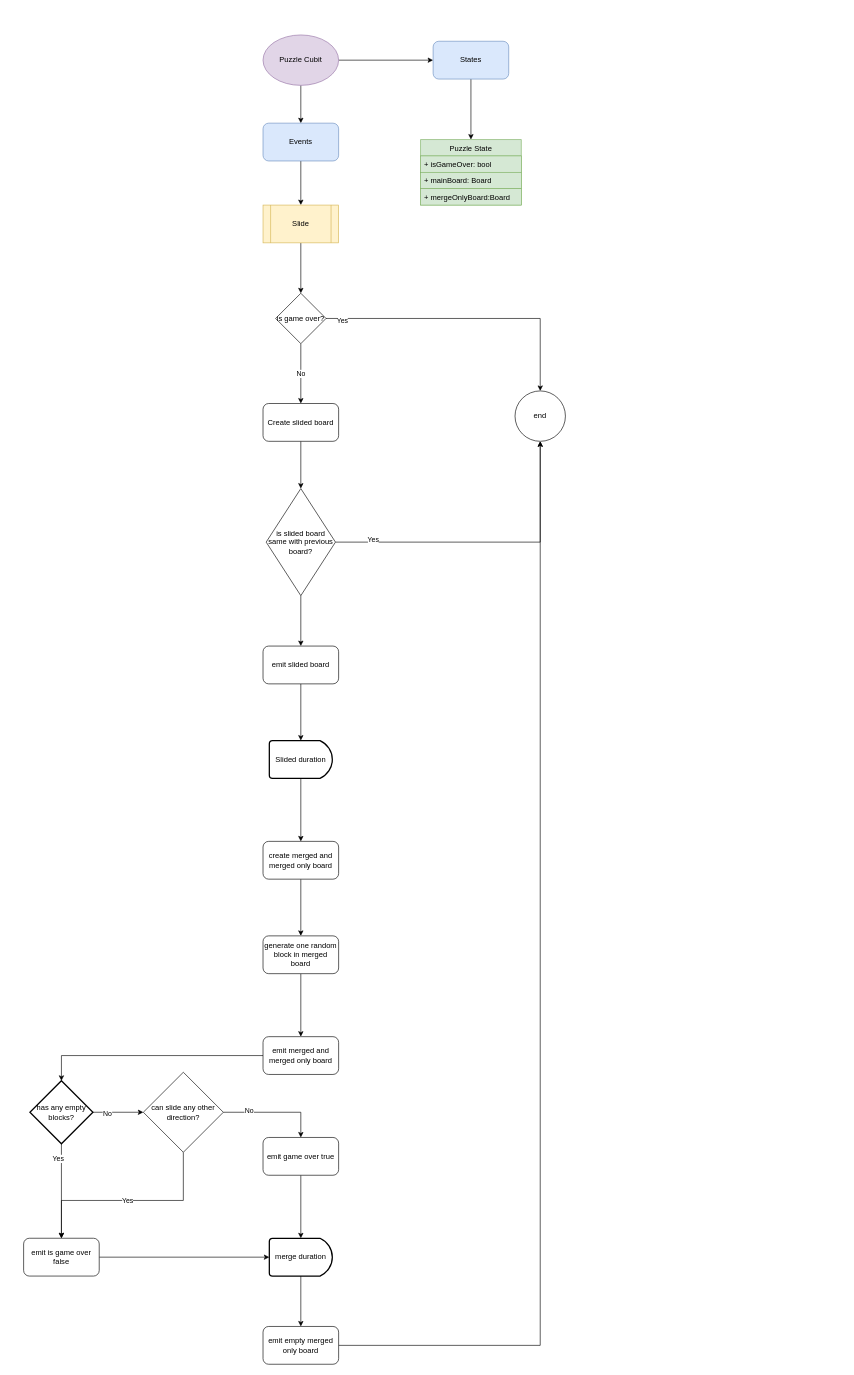
manickjamadar/2048 keeps this draw.io diagram as page "Puzzle Cubit" (5 of 5) of assets/diagram/twozerofoureight.drawio. Above is the earlier version. Source tidied: cells renumbered, new cells numbered last; positions are measured from the earlier drawing's top-left corner, leaving out a move shared by most shapes. Both pictures are drawn from the tidied source at 63%, with x=0, y=0 at pixel (23, 35).
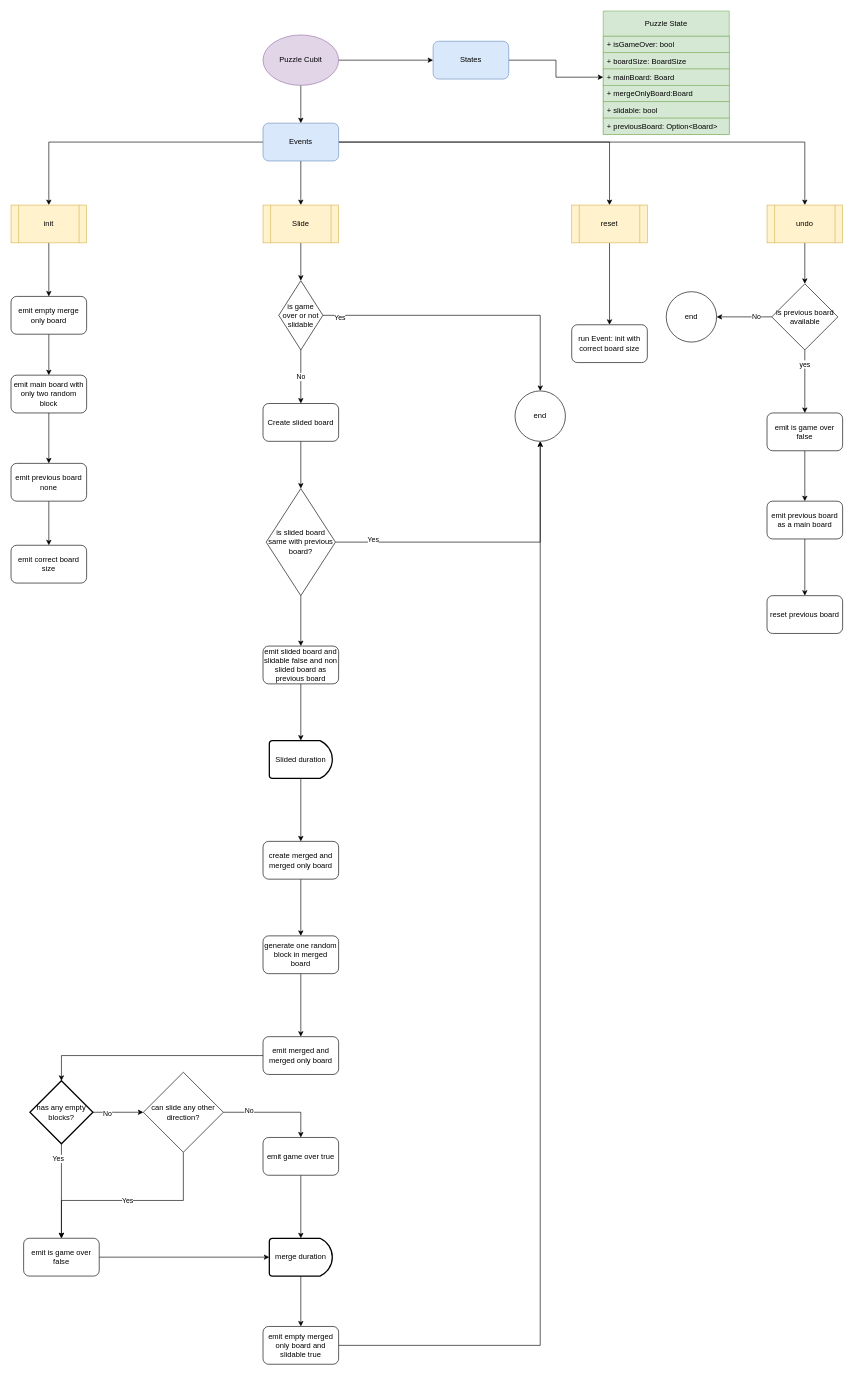
The same diagram, later.

Commit message (it also covers changes not shown here):
puzzle cubit flow chart updated

Unchanged cells that the change refers to:
```xml
<mxCell id="6" value="Events" style="rounded=1;whiteSpace=wrap;html=1;fillColor=#dae8fc;strokeColor=#6c8ebf;" parent="1" vertex="1">
  <mxGeometry x="380" y="140" width="120" height="60" as="geometry" />
</mxCell>
<mxCell id="39" value="States" style="rounded=1;whiteSpace=wrap;html=1;fillColor=#dae8fc;strokeColor=#6c8ebf;" parent="1" vertex="1">
  <mxGeometry x="650" y="10" width="120" height="60" as="geometry" />
</mxCell>
```

Diff of the diagram source:
```diff
@@
+    <mxCell id="53" style="edgeStyle=orthogonalEdgeStyle;rounded=0;jettySize=auto;html=1;" parent="1" edge="1" source="6" target="61">
+      <mxGeometry relative="1" as="geometry" />
+    </mxCell>
+    <mxCell id="54" style="edgeStyle=orthogonalEdgeStyle;rounded=0;jettySize=auto;html=1;" parent="1" edge="1" source="6" target="70">
+      <mxGeometry relative="1" as="geometry" />
+    </mxCell>
+    <mxCell id="55" style="edgeStyle=orthogonalEdgeStyle;rounded=0;jettySize=auto;html=1;" parent="1" edge="1" source="6" target="73">
+      <mxGeometry relative="1" as="geometry" />
+    </mxCell>
@@
-    <mxCell id="8" value="Puzzle State" style="swimlane;fontStyle=0;horizontal=1;startSize=26;fillColor=#d5e8d4;strokeColor=#82b366;" parent="1" vertex="1">
-      <mxGeometry x="630" y="166" width="160" height="104" as="geometry" />
+    <mxCell id="8" value="Puzzle State" style="swimlane;fontStyle=0;horizontal=1;startSize=40;fillColor=#d5e8d4;strokeColor=#82b366;" parent="1" vertex="1">
+      <mxGeometry x="920" y="-38" width="200" height="196" as="geometry" />
     </mxCell>
     <mxCell id="9" value="+ isGameOver: bool" style="text;strokeColor=#82b366;fillColor=#d5e8d4;align=left;verticalAlign=top;spacingLeft=4;spacingRight=4;overflow=hidden;" parent="8" vertex="1">
-      <mxGeometry y="26" width="160" height="26" as="geometry" />
+      <mxGeometry y="40" width="200" height="26" as="geometry" />
     </mxCell>
+    <mxCell id="56" value="+ boardSize: BoardSize" style="text;strokeColor=#82b366;fillColor=#d5e8d4;align=left;verticalAlign=top;spacingLeft=4;spacingRight=4;overflow=hidden;" parent="8" vertex="1">
+      <mxGeometry y="66" width="200" height="26" as="geometry" />
+    </mxCell>
     <mxCell id="10" value="+ mainBoard: Board" style="text;strokeColor=#82b366;fillColor=#d5e8d4;align=left;verticalAlign=top;spacingLeft=4;spacingRight=4;overflow=hidden;points=[[0,0.5],[1,0.5]];portConstraint=eastwest;" parent="8" vertex="1">
-      <mxGeometry y="52" width="160" height="26" as="geometry" />
+      <mxGeometry y="92" width="200" height="26" as="geometry" />
     </mxCell>
     <mxCell id="11" value="+ mergeOnlyBoard:Board" style="text;strokeColor=#82b366;fillColor=#d5e8d4;align=left;verticalAlign=top;spacingLeft=4;spacingRight=4;overflow=hidden;" parent="8" vertex="1">
-      <mxGeometry y="78" width="160" height="26" as="geometry" />
+      <mxGeometry y="118" width="200" height="26" as="geometry" />
     </mxCell>
+    <mxCell id="57" value="+ slidable: bool" style="text;strokeColor=#82b366;fillColor=#d5e8d4;align=left;verticalAlign=top;spacingLeft=4;spacingRight=4;overflow=hidden;" parent="8" vertex="1">
+      <mxGeometry y="144" width="200" height="26" as="geometry" />
+    </mxCell>
+    <mxCell id="58" value="+ previousBoard: Option&lt;Board&gt;" style="text;strokeColor=#82b366;fillColor=#d5e8d4;align=left;verticalAlign=top;spacingLeft=4;spacingRight=4;overflow=hidden;" parent="8" vertex="1">
+      <mxGeometry y="170" width="200" height="26" as="geometry" />
+    </mxCell>
@@
-    <mxCell id="23" value="is game over?" style="rhombus;whiteSpace=wrap;html=1;" parent="1" vertex="1">
-      <mxGeometry x="400" y="410" width="80" height="80" as="geometry" />
+    <mxCell id="23" value="is game over or not slidable" style="rhombus;whiteSpace=wrap;html=1;" parent="1" vertex="1">
+      <mxGeometry x="405" y="390" width="70" height="110" as="geometry" />
     </mxCell>
@@
-    <mxCell id="25" value="emit slided board" style="rounded=1;whiteSpace=wrap;html=1;" parent="1" vertex="1">
+    <mxCell id="25" value="emit slided board and slidable false and non slided board as previous board" style="rounded=1;whiteSpace=wrap;html=1;" parent="1" vertex="1">
       <mxGeometry x="380" y="970" width="120" height="60" as="geometry" />
     </mxCell>
@@
-    <mxCell id="37" value="emit empty merged only board" style="rounded=1;whiteSpace=wrap;html=1;" parent="1" vertex="1">
+    <mxCell id="37" value="emit empty merged only board and slidable true" style="rounded=1;whiteSpace=wrap;html=1;" parent="1" vertex="1">
       <mxGeometry x="380" y="2050" width="120" height="60" as="geometry" />
     </mxCell>
-    <mxCell id="38" style="edgeStyle=orthogonalEdgeStyle;rounded=0;jettySize=auto;html=1;entryX=0.5;entryY=0;entryDx=0;entryDy=0;" parent="1" edge="1" source="39" target="8">
-      <mxGeometry relative="1" as="geometry" />
-    </mxCell>
+    <mxCell id="59" style="edgeStyle=orthogonalEdgeStyle;rounded=0;jettySize=auto;html=1;entryX=0;entryY=0.5;entryDx=0;entryDy=0;" parent="1" edge="1" source="39" target="10">
+      <mxGeometry relative="1" as="geometry" />
+    </mxCell>
@@
+    <mxCell id="60" style="edgeStyle=orthogonalEdgeStyle;rounded=0;jettySize=auto;html=1;" parent="1" edge="1" source="61" target="63">
+      <mxGeometry relative="1" as="geometry" />
+    </mxCell>
+    <mxCell id="61" value="init" style="shape=process;whiteSpace=wrap;html=1;backgroundOutline=1;fillColor=#fff2cc;strokeColor=#d6b656;" parent="1" vertex="1">
+      <mxGeometry x="-20" y="270" width="120" height="60" as="geometry" />
+    </mxCell>
+    <mxCell id="62" style="edgeStyle=orthogonalEdgeStyle;rounded=0;jettySize=auto;html=1;" parent="1" edge="1" source="63" target="65">
+      <mxGeometry relative="1" as="geometry" />
+    </mxCell>
+    <mxCell id="63" value="emit empty merge only board" style="rounded=1;whiteSpace=wrap;html=1;" parent="1" vertex="1">
+      <mxGeometry x="-20" y="415" width="120" height="60" as="geometry" />
+    </mxCell>
+    <mxCell id="64" style="edgeStyle=orthogonalEdgeStyle;rounded=0;jettySize=auto;html=1;" parent="1" edge="1" source="65" target="67">
+      <mxGeometry relative="1" as="geometry" />
+    </mxCell>
+    <mxCell id="65" value="emit main board with only two random block" style="rounded=1;whiteSpace=wrap;html=1;" parent="1" vertex="1">
+      <mxGeometry x="-20" y="540" width="120" height="60" as="geometry" />
+    </mxCell>
+    <mxCell id="66" style="edgeStyle=orthogonalEdgeStyle;rounded=0;jettySize=auto;html=1;entryX=0.5;entryY=0;entryDx=0;entryDy=0;" parent="1" edge="1" source="67" target="68">
+      <mxGeometry relative="1" as="geometry" />
+    </mxCell>
+    <mxCell id="67" value="emit previous board none" style="rounded=1;whiteSpace=wrap;html=1;" parent="1" vertex="1">
+      <mxGeometry x="-20" y="680" width="120" height="60" as="geometry" />
+    </mxCell>
+    <mxCell id="68" value="emit correct board size" style="rounded=1;whiteSpace=wrap;html=1;" parent="1" vertex="1">
+      <mxGeometry x="-20" y="810" width="120" height="60" as="geometry" />
+    </mxCell>
+    <mxCell id="69" style="edgeStyle=orthogonalEdgeStyle;rounded=0;jettySize=auto;html=1;" parent="1" edge="1" source="70" target="71">
+      <mxGeometry relative="1" as="geometry" />
+    </mxCell>
+    <mxCell id="70" value="reset" style="shape=process;whiteSpace=wrap;html=1;backgroundOutline=1;fillColor=#fff2cc;strokeColor=#d6b656;" parent="1" vertex="1">
+      <mxGeometry x="870" y="270" width="120" height="60" as="geometry" />
+    </mxCell>
+    <mxCell id="71" value="run Event: init with correct board size" style="rounded=1;whiteSpace=wrap;html=1;" parent="1" vertex="1">
+      <mxGeometry x="870" y="460" width="120" height="60" as="geometry" />
+    </mxCell>
+    <mxCell id="72" style="edgeStyle=orthogonalEdgeStyle;rounded=0;jettySize=auto;html=1;entryX=0.5;entryY=0;entryDx=0;entryDy=0;" parent="1" edge="1" source="73" target="78">
+      <mxGeometry relative="1" as="geometry" />
+    </mxCell>
+    <mxCell id="73" value="undo" style="shape=process;whiteSpace=wrap;html=1;backgroundOutline=1;fillColor=#fff2cc;strokeColor=#d6b656;" parent="1" vertex="1">
+      <mxGeometry x="1180" y="270" width="120" height="60" as="geometry" />
+    </mxCell>
+    <mxCell id="74" style="edgeStyle=orthogonalEdgeStyle;rounded=0;jettySize=auto;html=1;" parent="1" edge="1" source="78" target="79">
+      <mxGeometry relative="1" as="geometry" />
+    </mxCell>
+    <mxCell id="75" value="No" style="edgeLabel;html=1;align=center;verticalAlign=middle;" parent="74" vertex="1">
+      <mxGeometry x="-0.42" y="-1" relative="1" as="geometry" />
+    </mxCell>
+    <mxCell id="76" style="edgeStyle=orthogonalEdgeStyle;rounded=0;jettySize=auto;html=1;entryX=0.5;entryY=0;entryDx=0;entryDy=0;" parent="1" edge="1" source="78" target="81">
+      <mxGeometry relative="1" as="geometry" />
+    </mxCell>
+    <mxCell id="77" value="yes" style="edgeLabel;html=1;align=center;verticalAlign=middle;" parent="76" vertex="1">
+      <mxGeometry x="-0.56" y="-1" relative="1" as="geometry" />
+    </mxCell>
+    <mxCell id="78" value="is previous board available" style="rhombus;whiteSpace=wrap;html=1;" parent="1" vertex="1">
+      <mxGeometry x="1187.5" y="395" width="105" height="105" as="geometry" />
+    </mxCell>
+    <mxCell id="79" value="end" style="ellipse;whiteSpace=wrap;html=1;" parent="1" vertex="1">
+      <mxGeometry x="1020" y="407.5" width="80" height="80" as="geometry" />
+    </mxCell>
+    <mxCell id="80" style="edgeStyle=orthogonalEdgeStyle;rounded=0;jettySize=auto;html=1;" parent="1" edge="1" source="81" target="83">
+      <mxGeometry relative="1" as="geometry" />
+    </mxCell>
+    <mxCell id="81" value="emit is game over false" style="rounded=1;whiteSpace=wrap;html=1;" parent="1" vertex="1">
+      <mxGeometry x="1180" y="600" width="120" height="60" as="geometry" />
+    </mxCell>
+    <mxCell id="82" style="edgeStyle=orthogonalEdgeStyle;rounded=0;jettySize=auto;html=1;" parent="1" edge="1" source="83" target="84">
+      <mxGeometry relative="1" as="geometry" />
+    </mxCell>
+    <mxCell id="83" value="emit previous board as a main board" style="rounded=1;whiteSpace=wrap;html=1;" parent="1" vertex="1">
+      <mxGeometry x="1180" y="740" width="120" height="60" as="geometry" />
+    </mxCell>
+    <mxCell id="84" value="reset previous board" style="rounded=1;whiteSpace=wrap;html=1;" parent="1" vertex="1">
+      <mxGeometry x="1180" y="890" width="120" height="60" as="geometry" />
+    </mxCell>
```
